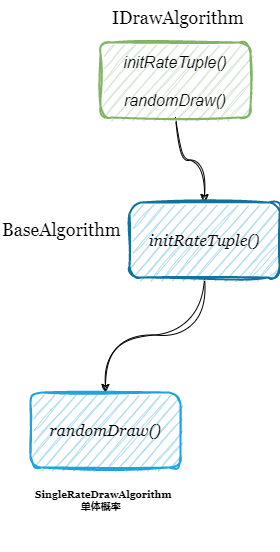
Above: Lottery/抽奖策略算法1.1.drawio.png in youjizi/images (draw.io), before the change. Source tidied: cells renumbered, new cells last; positions are measured from the earlier drawing's top-left corner, leaving out a move shared by most shapes. Its diagram source:
```xml
<mxGraphModel>
  <root>
    <mxCell id="0" />
    <mxCell id="1" parent="0" />
    <mxCell id="2" style="edgeStyle=orthogonalEdgeStyle;jettySize=auto;html=1;entryX=0.5;entryY=0;entryDx=0;entryDy=0;fontFamily=Helvetica;fontSize=16;fontColor=default;curved=1;sketch=1;curveFitting=1;jiggle=2;" parent="1" edge="1" source="3" target="6">
      <mxGeometry relative="1" as="geometry" />
    </mxCell>
    <mxCell id="3" value="initRateTuple()&#10;&#10;randomDraw()" style="rounded=1;fillColor=#d5e8d4;strokeColor=#82b366;strokeWidth=2;glass=0;shadow=0;perimeterSpacing=0;fillStyle=auto;fontFamily=Helvetica;fontSize=16;fontColor=#030303;sketch=1;curveFitting=1;jiggle=2;fontStyle=2;" parent="1" vertex="1">
      <mxGeometry x="100" y="42" width="150" height="75" as="geometry" />
    </mxCell>
    <mxCell id="4" value="IDrawAlgorithm" style="text;labelBackgroundColor=none;fontSize=18;fontStyle=0;fontColor=#030303;fontFamily=Georgia;rounded=1;sketch=1;curveFitting=1;jiggle=2;" parent="1" vertex="1">
      <mxGeometry x="110" width="113" height="30" as="geometry" />
    </mxCell>
    <mxCell id="5" style="edgeStyle=orthogonalEdgeStyle;jettySize=auto;html=1;fontFamily=Helvetica;fontSize=16;fontColor=default;sketch=1;curveFitting=1;jiggle=2;curved=1;" parent="1" edge="1" source="6" target="8">
      <mxGeometry relative="1" as="geometry" />
    </mxCell>
    <mxCell id="6" value="initRateTuple()" style="whiteSpace=wrap;fontSize=16;fontFamily=Georgia;rounded=1;strokeWidth=2;glass=0;shadow=0;fillStyle=auto;sketch=1;curveFitting=1;jiggle=2;fillColor=#b1ddf0;strokeColor=#10739e;verticalAlign=middle;fontStyle=2;" parent="1" vertex="1">
      <mxGeometry x="129" y="202" width="150" height="75" as="geometry" />
    </mxCell>
    <mxCell id="7" value="BaseAlgorithm" style="text;labelBackgroundColor=none;fontSize=18;fontStyle=0;fontColor=#030303;fontFamily=Georgia;rounded=1;sketch=1;curveFitting=1;jiggle=2;" parent="1" vertex="1">
      <mxGeometry y="212" width="113" height="30" as="geometry" />
    </mxCell>
    <mxCell id="8" value="randomDraw()" style="whiteSpace=wrap;fontSize=16;fontFamily=Georgia;rounded=1;strokeWidth=2;glass=0;shadow=0;fillStyle=auto;sketch=1;curveFitting=1;jiggle=2;fillColor=#b1ddf0;strokeColor=#1DA3DD;verticalAlign=middle;fontStyle=2;" parent="1" vertex="1">
      <mxGeometry x="30" y="392" width="150" height="75" as="geometry" />
    </mxCell>
    <mxCell id="9" value="SingleRateDrawAlgorithm&#10;                  单体概率" style="text;fontSize=10;fontFamily=Georgia;fontColor=default;fontStyle=1;align=left;" parent="1" vertex="1">
      <mxGeometry x="33" y="482" width="190" height="70" as="geometry" />
    </mxCell>
  </root>
</mxGraphModel>
```
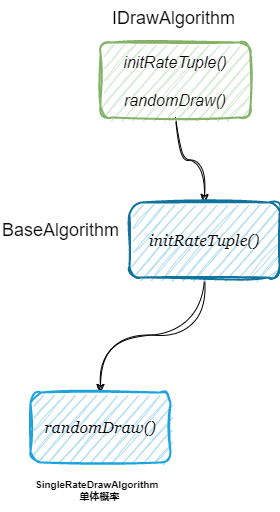
The same file after the commit.

Commit message:
更新抽奖策略算法1.1.drawio.png

What changed in the source:
```diff
@@ -8,7 +8,7 @@
     <mxCell id="3" value="initRateTuple()&#10;&#10;randomDraw()" style="rounded=1;fillColor=#d5e8d4;strokeColor=#82b366;strokeWidth=2;glass=0;shadow=0;perimeterSpacing=0;fillStyle=auto;fontFamily=Helvetica;fontSize=16;fontColor=#030303;sketch=1;curveFitting=1;jiggle=2;fontStyle=2;" parent="1" vertex="1">
       <mxGeometry x="100" y="42" width="150" height="75" as="geometry" />
     </mxCell>
-    <mxCell id="4" value="IDrawAlgorithm" style="text;labelBackgroundColor=none;fontSize=18;fontStyle=0;fontColor=#030303;fontFamily=Georgia;rounded=1;sketch=1;curveFitting=1;jiggle=2;" parent="1" vertex="1">
+    <mxCell id="4" value="IDrawAlgorithm" style="text;labelBackgroundColor=none;fontSize=18;fontStyle=0;fontColor=#030303;fontFamily=Helvetica;rounded=1;sketch=1;curveFitting=1;jiggle=2;" parent="1" vertex="1">
       <mxGeometry x="110" width="113" height="30" as="geometry" />
     </mxCell>
     <mxCell id="5" style="edgeStyle=orthogonalEdgeStyle;jettySize=auto;html=1;fontFamily=Helvetica;fontSize=16;fontColor=default;sketch=1;curveFitting=1;jiggle=2;curved=1;" parent="1" edge="1" source="6" target="8">
@@ -17,14 +17,14 @@
     <mxCell id="6" value="initRateTuple()" style="whiteSpace=wrap;fontSize=16;fontFamily=Georgia;rounded=1;strokeWidth=2;glass=0;shadow=0;fillStyle=auto;sketch=1;curveFitting=1;jiggle=2;fillColor=#b1ddf0;strokeColor=#10739e;verticalAlign=middle;fontStyle=2;" parent="1" vertex="1">
       <mxGeometry x="129" y="202" width="150" height="75" as="geometry" />
     </mxCell>
-    <mxCell id="7" value="BaseAlgorithm" style="text;labelBackgroundColor=none;fontSize=18;fontStyle=0;fontColor=#030303;fontFamily=Georgia;rounded=1;sketch=1;curveFitting=1;jiggle=2;" parent="1" vertex="1">
+    <mxCell id="7" value="BaseAlgorithm" style="text;labelBackgroundColor=none;fontSize=18;fontStyle=0;fontColor=#030303;fontFamily=Helvetica;rounded=1;sketch=1;curveFitting=1;jiggle=2;" parent="1" vertex="1">
       <mxGeometry y="212" width="113" height="30" as="geometry" />
     </mxCell>
     <mxCell id="8" value="randomDraw()" style="whiteSpace=wrap;fontSize=16;fontFamily=Georgia;rounded=1;strokeWidth=2;glass=0;shadow=0;fillStyle=auto;sketch=1;curveFitting=1;jiggle=2;fillColor=#b1ddf0;strokeColor=#1DA3DD;verticalAlign=middle;fontStyle=2;" parent="1" vertex="1">
-      <mxGeometry x="30" y="392" width="150" height="75" as="geometry" />
+      <mxGeometry x="30" y="392" width="140" height="70" as="geometry" />
     </mxCell>
-    <mxCell id="9" value="SingleRateDrawAlgorithm&#10;                  单体概率" style="text;fontSize=10;fontFamily=Georgia;fontColor=default;fontStyle=1;align=left;" parent="1" vertex="1">
-      <mxGeometry x="33" y="482" width="190" height="70" as="geometry" />
+    <mxCell id="9" value="SingleRateDrawAlgorithm&#10;                单体概率" style="text;fontSize=10;fontFamily=Helvetica;fontColor=default;fontStyle=1;align=left;" parent="1" vertex="1">
+      <mxGeometry x="33" y="472" width="137" height="40" as="geometry" />
     </mxCell>
   </root>
 </mxGraphModel>
```
